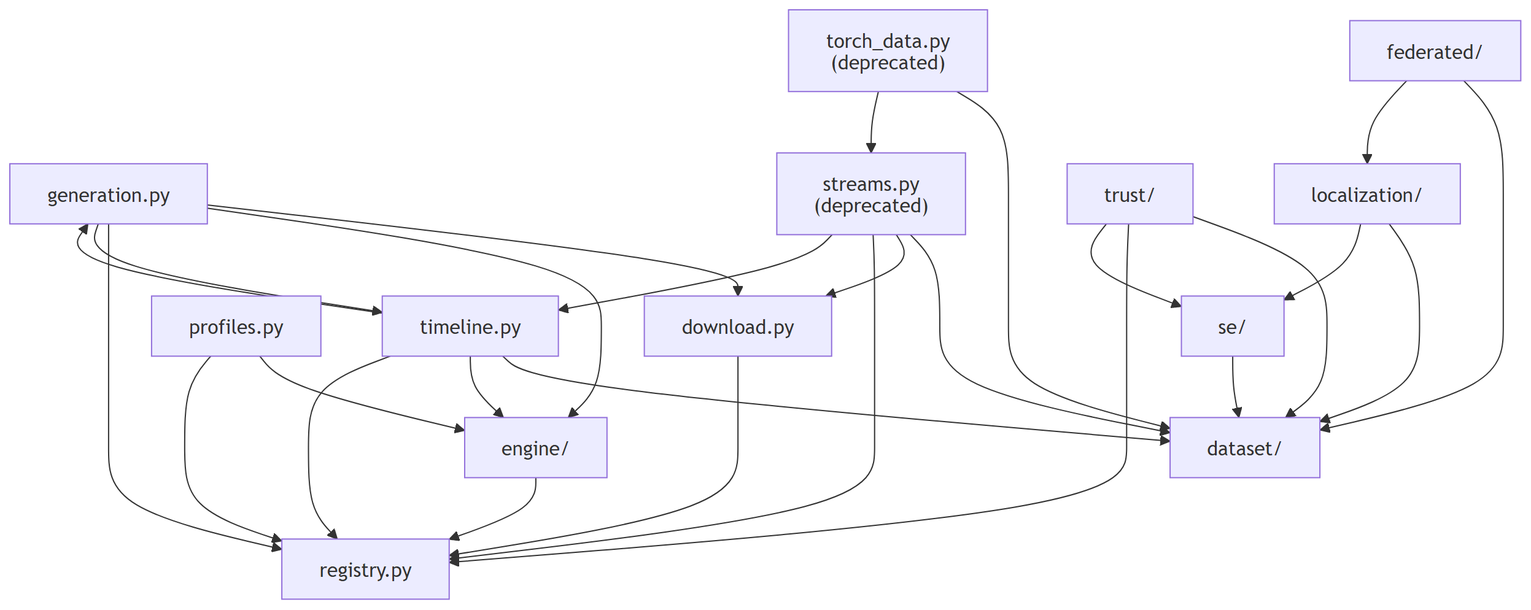
This is docs/figures/diagrams/modules.png from myersben9/fdia-graph, a Mermaid export, as it was before one commit. Its source is kept beside it as docs/figures/diagrams/modules.mmd.
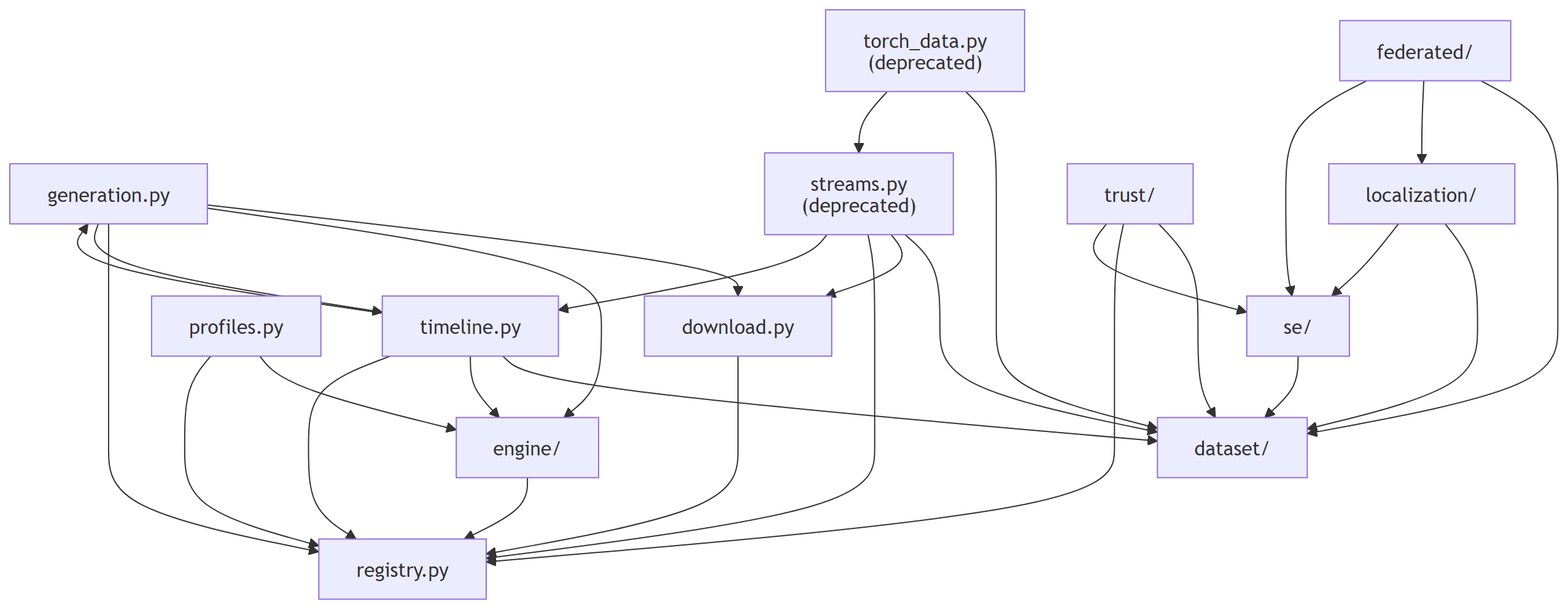
After the commit.

What changed in the source:
```diff
@@ -16,6 +16,7 @@
     engine --> registry
     federated --> dataset
     federated --> localization
+    federated --> se
     generation --> download
     generation --> engine
     generation --> registry
```
